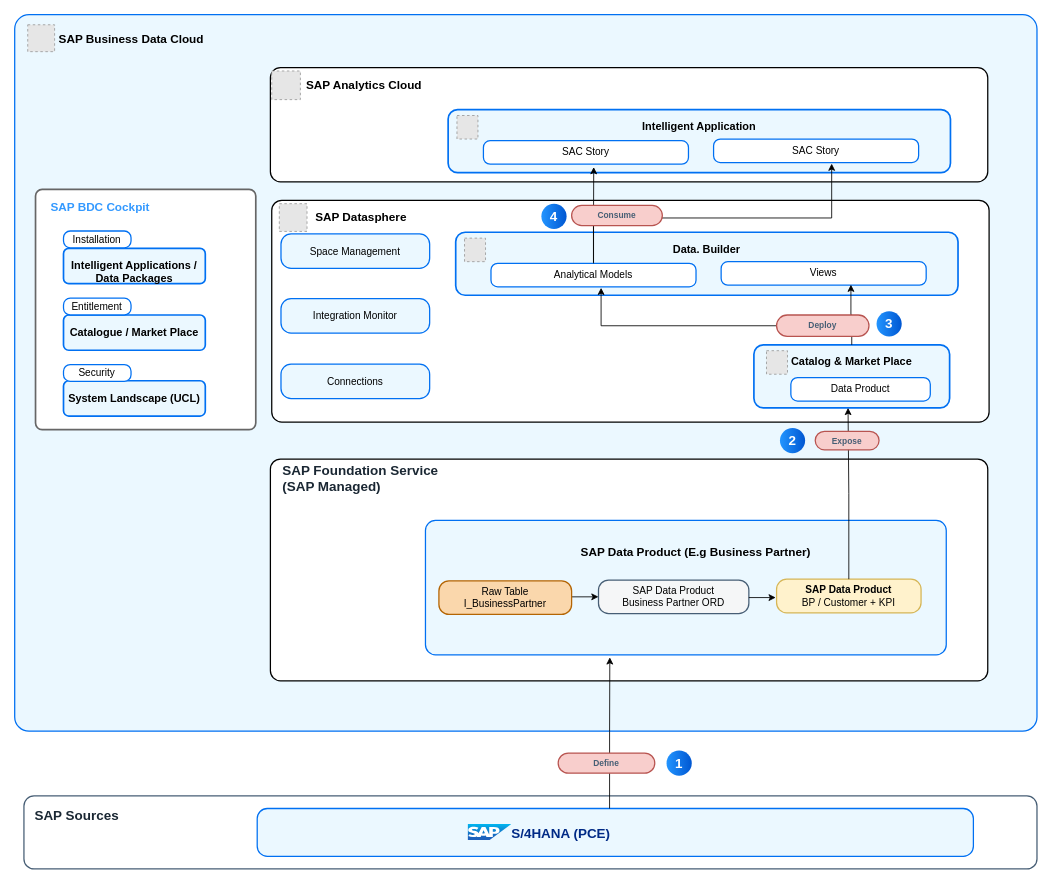
SAP/architecture-center keeps this draw.io diagram as docs/ref-arch/RA0013/3-intelligent-applications-greenfield-bdc/drawio/sap-managed-intelligent-application.drawio. Above is the earlier version. Source tidied: cells renumbered, new cells numbered last; positions are measured from the earlier drawing's top-left corner, leaving out a move shared by most shapes. Both pictures are drawn from the tidied source at 84%, with x=0, y=0 at pixel (14, 14). Pictures stored in the file or linked from it are replaced by grey dashed boxes.
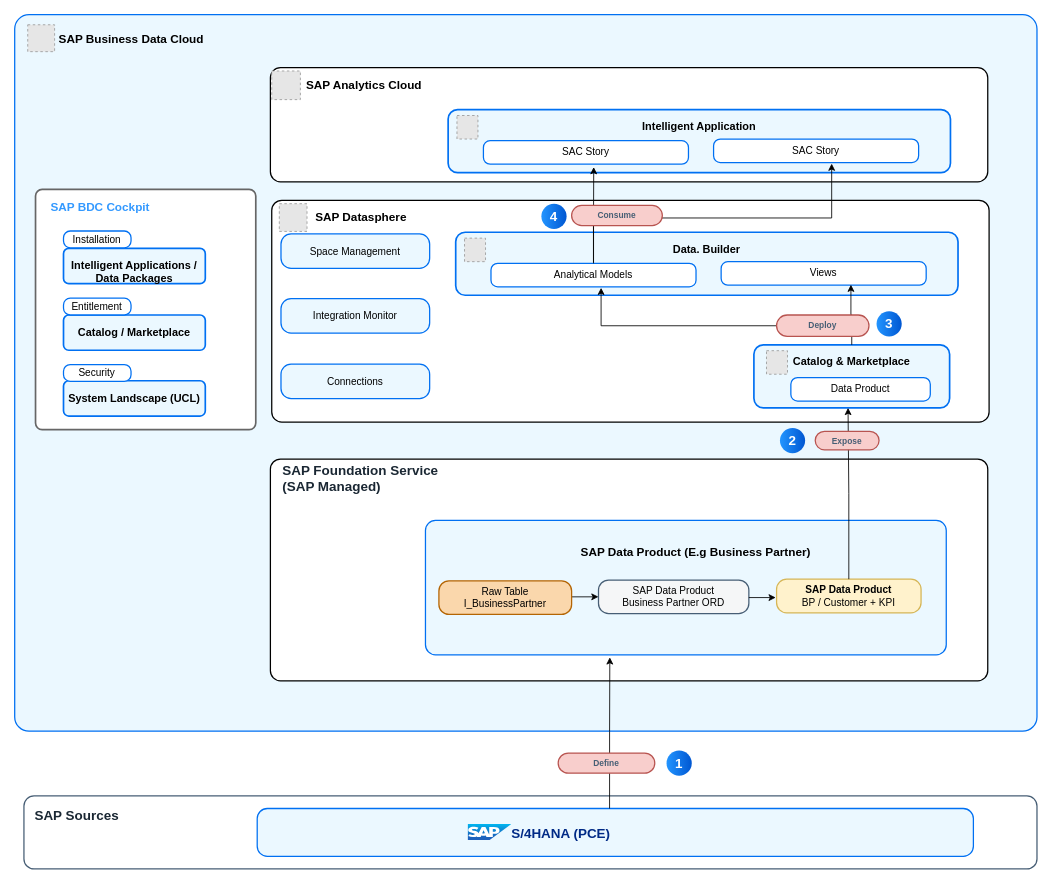
The same diagram, later.

Commit message (it also covers changes not shown here):
Fix typos and update references in documentation and diagrams related to SAP BDC and Intelligent Applications

The change refers to these unchanged cells:
```xml
<mxCell id="6" style="group;" parent="2" vertex="1">
  <mxGeometry x="11" y="208" width="276" height="286" as="geometry" />
</mxCell>
<mxCell id="34" style="group;" parent="2" vertex="1">
  <mxGeometry x="880" y="398" width="233" height="70" as="geometry" />
</mxCell>
```

Change to the diagram source:
```diff
@@
-    <mxCell id="11" value="Catalogue / Market Place" style="rounded=1;whiteSpace=wrap;html=1;strokeColor=#0070F2;strokeWidth=2;fillColor=#EBF8FF;align=center;verticalAlign=top;fontStyle=1;fontSize=13;fontFamily=Arial;fontColor=#000000;spacingTop=6;" parent="6" vertex="1">
+    <mxCell id="11" value="Catalog / Marketplace" style="rounded=1;whiteSpace=wrap;html=1;strokeColor=#0070F2;strokeWidth=2;fillColor=#EBF8FF;align=center;verticalAlign=top;fontStyle=1;fontSize=13;fontFamily=Arial;fontColor=#000000;spacingTop=6;" parent="6" vertex="1">
       <mxGeometry x="47.1" y="149.5" width="168.8" height="42" as="geometry" />
     </mxCell>
@@
-    <mxCell id="35" value="Catalog &amp;amp; Market Place" style="rounded=1;whiteSpace=wrap;html=1;strokeColor=#0070F2;strokeWidth=2;fillColor=#EBF8FF;align=center;verticalAlign=top;fontStyle=1;fontSize=13;fontFamily=Arial;fontColor=#000000;spacingTop=6;" parent="34" vertex="1">
+    <mxCell id="35" value="Catalog &amp;amp; Marketplace" style="rounded=1;whiteSpace=wrap;html=1;strokeColor=#0070F2;strokeWidth=2;fillColor=#EBF8FF;align=center;verticalAlign=top;fontStyle=1;fontSize=13;fontFamily=Arial;fontColor=#000000;spacingTop=6;" parent="34" vertex="1">
       <mxGeometry y="-5" width="233" height="75" as="geometry" />
     </mxCell>
```
